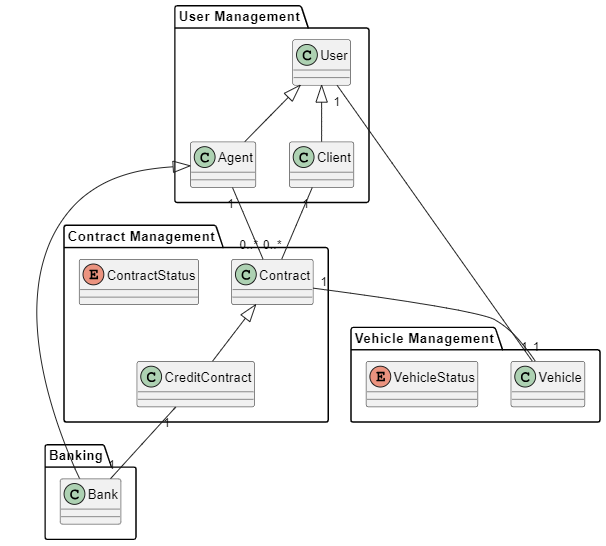
Before: projeto 2/project/packageDiagram.png, a diagram exported from PlantUML (migueltico2/laboratorio-de-desenvolvimento-de-software). Its source is kept beside it as projeto 2/project/packageDiagram.plantuml.
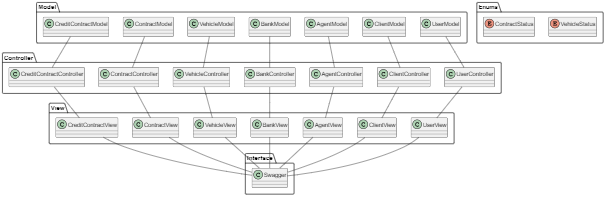
Later version of the same file.

Diff of the diagram source:
```diff
@@ -30,6 +30,10 @@
     class CreditContractView
 }
 
+package Interface {
+    class Swagger
+}
+
 package Enums {
     enum VehicleStatus
     enum ContractStatus
@@ -37,23 +41,30 @@
 
 UserModel -- UserController
 UserController -- UserView
+UserView -- Swagger
 
 ClientModel -- ClientController
 ClientController -- ClientView
+ClientView -- Swagger
 
 AgentModel -- AgentController
 AgentController -- AgentView
+AgentView -- Swagger
 
 BankModel -- BankController
 BankController -- BankView
+BankView -- Swagger
 
 VehicleModel -- VehicleController
 VehicleController -- VehicleView
+VehicleView -- Swagger
 
 ContractModel -- ContractController
 ContractController -- ContractView
+ContractView -- Swagger
 
 CreditContractModel -- CreditContractController
 CreditContractController -- CreditContractView
+CreditContractView -- Swagger
 
 @enduml
```
